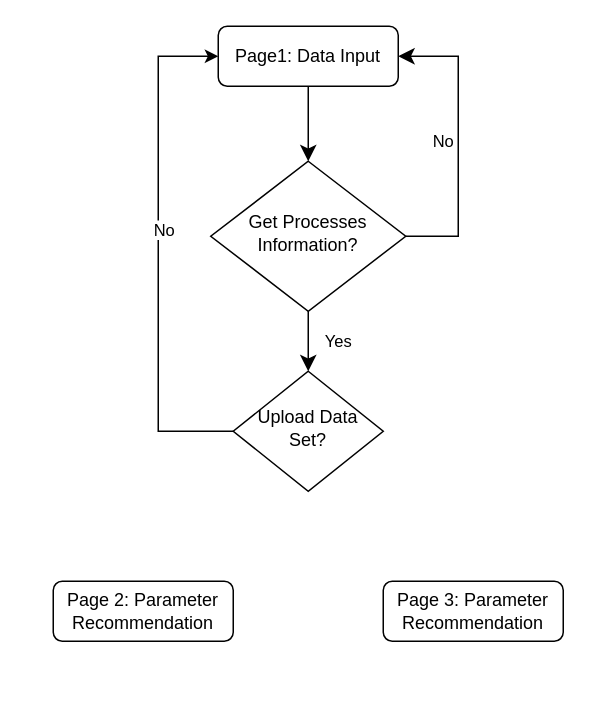
This is img/Process Graph.drawio from CharlieSong1999/Demo, a draw.io file, before an edit. Source tidied: cells renumbered, new cells numbered last; positions are measured from the earlier drawing's top-left corner, leaving out a move shared by most shapes. Both pictures are drawn from the tidied source at 150%, with x=0, y=0 at pixel (52, 26).
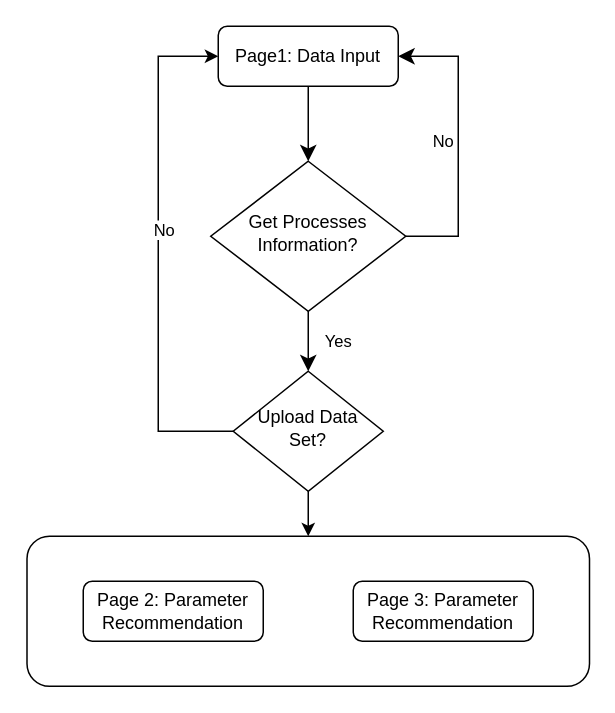
After the change.

Diff of the diagram source:
```diff
@@
 <mxGraphModel>
   <root>
     <mxCell id="0" />
     <mxCell id="1" parent="0" />
+    <mxCell id="12" style="rounded=1;whiteSpace=wrap;html=1;" parent="1" vertex="1">
+      <mxGeometry x="-17.5" y="340" width="375" height="100" as="geometry" />
+    </mxCell>
     <mxCell id="2" style="rounded=0;html=1;jettySize=auto;fontSize=11;endArrow=classic;endFill=1;endSize=8;strokeWidth=1;shadow=0;labelBackgroundColor=none;edgeStyle=orthogonalEdgeStyle;" parent="1" edge="1" source="3" target="6">
       <mxGeometry relative="1" as="geometry" />
     </mxCell>
     <mxCell id="3" value="Page1: Data Input" style="rounded=1;whiteSpace=wrap;html=1;fontSize=12;glass=0;strokeWidth=1;shadow=0;" parent="1" vertex="1">
       <mxGeometry x="110" width="120" height="40" as="geometry" />
     </mxCell>
     <mxCell id="4" value="Yes" style="rounded=0;html=1;jettySize=auto;fontSize=11;endArrow=classic;endFill=1;endSize=8;strokeWidth=1;shadow=0;labelBackgroundColor=none;edgeStyle=orthogonalEdgeStyle;" parent="1" edge="1" source="6" target="9">
       <mxGeometry y="20" relative="1" as="geometry" />
     </mxCell>
     <mxCell id="5" value="No" style="edgeStyle=orthogonalEdgeStyle;rounded=0;html=1;jettySize=auto;fontSize=11;endArrow=classic;endFill=1;endSize=8;strokeWidth=1;shadow=0;labelBackgroundColor=none;entryX=1;entryY=0.5;entryDx=0;entryDy=0;" parent="1" edge="1" source="6" target="3">
       <mxGeometry y="10" relative="1" as="geometry">
         <Array as="points">
           <mxPoint x="270" y="140" />
           <mxPoint x="270" y="20" />
         </Array>
       </mxGeometry>
     </mxCell>
     <mxCell id="6" value="Get Processes Information?" style="rhombus;whiteSpace=wrap;html=1;shadow=0;fontFamily=Helvetica;fontSize=12;align=center;strokeWidth=1;spacing=6;spacingTop=-4;" parent="1" vertex="1">
       <mxGeometry x="105" y="90" width="130" height="100" as="geometry" />
     </mxCell>
     <mxCell id="7" style="edgeStyle=orthogonalEdgeStyle;rounded=0;jettySize=auto;html=1;exitX=0;exitY=0.5;exitDx=0;exitDy=0;entryX=0;entryY=0.5;entryDx=0;entryDy=0;" parent="1" edge="1" source="9" target="3">
       <mxGeometry relative="1" as="geometry">
         <Array as="points">
           <mxPoint x="70" y="270" />
           <mxPoint x="70" y="20" />
         </Array>
       </mxGeometry>
     </mxCell>
     <mxCell id="8" value="No" style="edgeLabel;html=1;align=center;verticalAlign=middle;" parent="7" vertex="1">
       <mxGeometry x="0.09" y="-3" relative="1" as="geometry" />
     </mxCell>
+    <mxCell id="13" style="edgeStyle=orthogonalEdgeStyle;rounded=0;jettySize=auto;html=1;exitX=0.5;exitY=1;exitDx=0;exitDy=0;entryX=0.5;entryY=0;entryDx=0;entryDy=0;endArrow=classic;endFill=1;" parent="1" edge="1" source="9" target="12">
+      <mxGeometry relative="1" as="geometry" />
+    </mxCell>
     <mxCell id="9" value="Upload Data Set?" style="rhombus;whiteSpace=wrap;html=1;shadow=0;fontFamily=Helvetica;fontSize=12;align=center;strokeWidth=1;spacing=6;spacingTop=-4;" parent="1" vertex="1">
       <mxGeometry x="120" y="230" width="100" height="80" as="geometry" />
     </mxCell>
     <mxCell id="10" value="Page 2: Parameter Recommendation" style="rounded=1;whiteSpace=wrap;html=1;fontSize=12;glass=0;strokeWidth=1;shadow=0;" parent="1" vertex="1">
-      <mxGeometry y="370" width="120" height="40" as="geometry" />
+      <mxGeometry x="20" y="370" width="120" height="40" as="geometry" />
     </mxCell>
     <mxCell id="11" value="Page 3: Parameter Recommendation" style="rounded=1;whiteSpace=wrap;html=1;fontSize=12;glass=0;strokeWidth=1;shadow=0;" parent="1" vertex="1">
-      <mxGeometry x="220" y="370" width="120" height="40" as="geometry" />
+      <mxGeometry x="200" y="370" width="120" height="40" as="geometry" />
     </mxCell>
   </root>
 </mxGraphModel>
```
